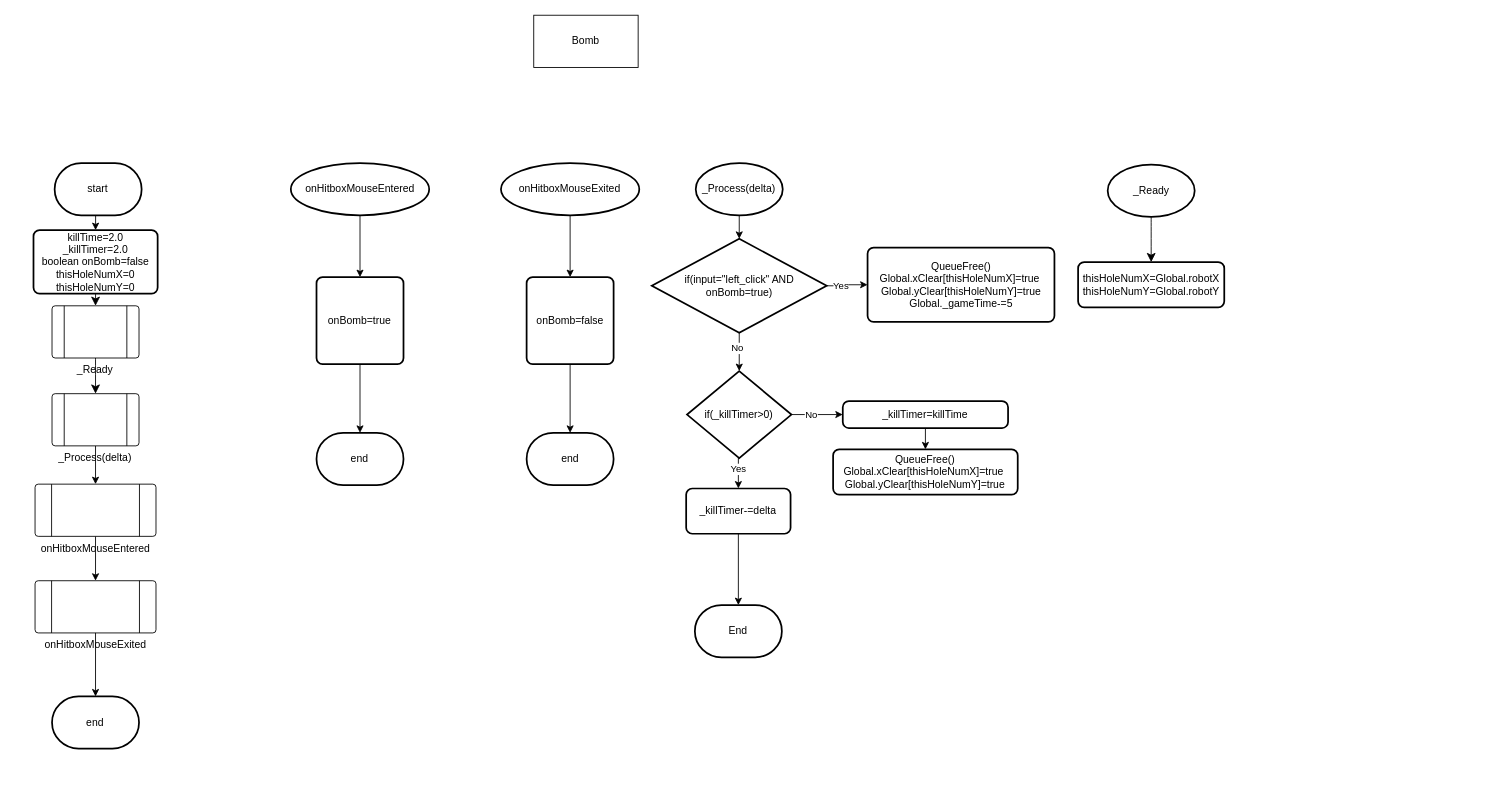
The draw.io diagram whack-a-robot/Bomb/bomb flowchart.drawio in BHASVIC-Kasper25/Whack-a-Robot, before the edit. Source tidied: cells renumbered, new cells numbered last; positions are measured from the earlier drawing's top-left corner, leaving out a move shared by most shapes. Both pictures are drawn from the tidied source at 87%, with x=0, y=0 at pixel (33, 15).
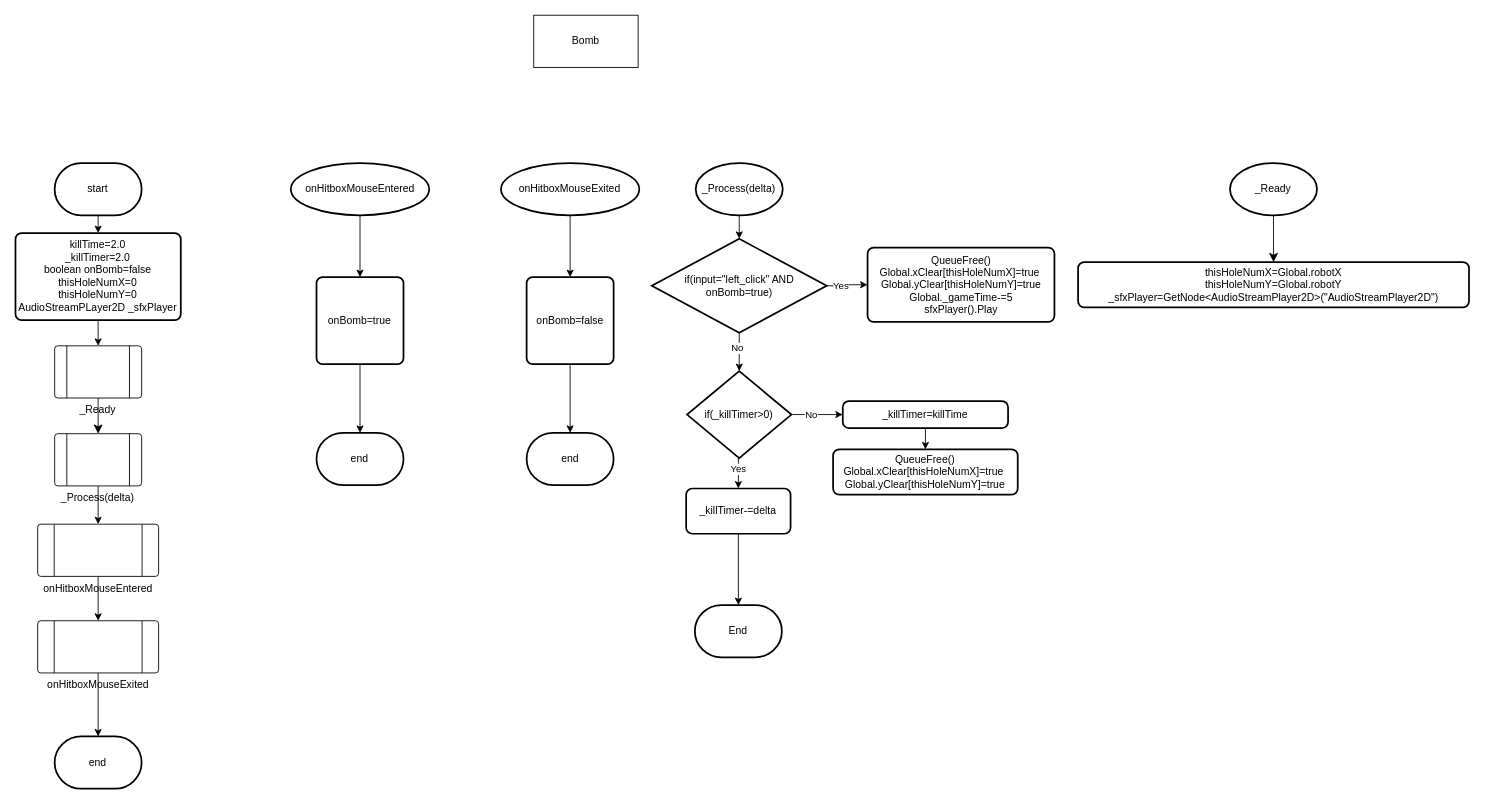
After the change.

The edit, as a diff of the source:
```diff
@@
     <mxCell id="5" value="end" style="strokeWidth=2;html=1;shape=mxgraph.flowchart.terminator;whiteSpace=wrap;" parent="1" vertex="1">
-      <mxGeometry x="21.3" y="783" width="100" height="60" as="geometry" />
+      <mxGeometry x="24.3" y="829" width="100" height="60" as="geometry" />
     </mxCell>
@@
     <mxCell id="7" value="onHitboxMouseEntered" style="verticalLabelPosition=bottom;verticalAlign=top;html=1;shape=process;whiteSpace=wrap;rounded=1;size=0.14;arcSize=6;" parent="1" vertex="1">
-      <mxGeometry x="1.8" y="539" width="139" height="60" as="geometry" />
+      <mxGeometry x="4.8" y="585" width="139" height="60" as="geometry" />
     </mxCell>
@@
-    <mxCell id="22" style="edgeStyle=none;curved=1;rounded=0;jettySize=auto;html=1;exitX=0.5;exitY=1;exitDx=0;exitDy=0;entryX=0.5;entryY=0;entryDx=0;entryDy=0;fontSize=12;startSize=8;endSize=8;" parent="1" edge="1" source="23" target="44">
+    <mxCell id="22" style="edgeStyle=orthogonalEdgeStyle;rounded=0;jettySize=auto;html=1;exitX=0.5;exitY=1;exitDx=0;exitDy=0;entryX=0.5;entryY=0;entryDx=0;entryDy=0;defaultLabelBackgroundColor=page;" parent="1" edge="1" source="23" target="44">
       <mxGeometry relative="1" as="geometry" />
     </mxCell>
-    <mxCell id="23" value="killTime=2.0&lt;div&gt;_killTimer=2.0&lt;/div&gt;&lt;div&gt;boolean onBomb=false&lt;/div&gt;&lt;div&gt;thisHoleNumX=0&lt;/div&gt;&lt;div&gt;thisHoleNumY=0&lt;/div&gt;" style="rounded=1;whiteSpace=wrap;html=1;absoluteArcSize=1;arcSize=14;strokeWidth=2;" parent="1" vertex="1">
-      <mxGeometry y="247" width="142.7" height="73" as="geometry" />
+    <mxCell id="23" value="killTime=2.0&lt;div&gt;_killTimer=2.0&lt;/div&gt;&lt;div&gt;boolean onBomb=false&lt;/div&gt;&lt;div&gt;thisHoleNumX=0&lt;/div&gt;&lt;div&gt;thisHoleNumY=0&lt;/div&gt;&lt;div&gt;AudioStreamPLayer2D _sfxPlayer&lt;/div&gt;" style="rounded=1;whiteSpace=wrap;html=1;absoluteArcSize=1;arcSize=14;strokeWidth=2;" parent="1" vertex="1">
+      <mxGeometry x="-20.7" y="250.4" width="190" height="100" as="geometry" />
     </mxCell>
@@
     <mxCell id="25" value="_Process(delta)" style="verticalLabelPosition=bottom;verticalAlign=top;html=1;shape=process;whiteSpace=wrap;rounded=1;size=0.14;arcSize=6;" parent="1" vertex="1">
-      <mxGeometry x="21.3" y="435" width="100" height="60" as="geometry" />
+      <mxGeometry x="24.3" y="481" width="100" height="60" as="geometry" />
     </mxCell>
@@
-    <mxCell id="33" value="&lt;div&gt;&lt;span style=&quot;background-color: transparent; color: light-dark(#000000, var(--ge-light-color, #ffffff));&quot;&gt;QueueFree()&lt;/span&gt;&lt;/div&gt;&lt;div&gt;&lt;div&gt;Global.xClear[thisHoleNumX]=true&amp;nbsp;&lt;/div&gt;&lt;div&gt;Global.yClear[thisHoleNumY]=true&lt;/div&gt;&lt;/div&gt;&lt;div&gt;Global._gameTime-=5&lt;/div&gt;" style="rounded=1;whiteSpace=wrap;html=1;absoluteArcSize=1;arcSize=14;strokeWidth=2;" parent="1" vertex="1">
+    <mxCell id="33" value="&lt;div&gt;&lt;span style=&quot;background-color: transparent; color: light-dark(#000000, var(--ge-light-color, #ffffff));&quot;&gt;QueueFree()&lt;/span&gt;&lt;/div&gt;&lt;div&gt;&lt;div&gt;Global.xClear[thisHoleNumX]=true&amp;nbsp;&lt;/div&gt;&lt;div&gt;Global.yClear[thisHoleNumY]=true&lt;/div&gt;&lt;/div&gt;&lt;div&gt;Global._gameTime-=5&lt;/div&gt;&lt;div&gt;sfxPlayer().Play&lt;/div&gt;" style="rounded=1;whiteSpace=wrap;html=1;absoluteArcSize=1;arcSize=14;strokeWidth=2;" parent="1" vertex="1">
       <mxGeometry x="958.7" y="267.1" width="214.8" height="85.4" as="geometry" />
     </mxCell>
@@
     <mxCell id="41" value="onHitboxMouseExited" style="verticalLabelPosition=bottom;verticalAlign=top;html=1;shape=process;whiteSpace=wrap;rounded=1;size=0.14;arcSize=6;" parent="1" vertex="1">
-      <mxGeometry x="1.8" y="650" width="139" height="60" as="geometry" />
+      <mxGeometry x="4.8" y="696" width="139" height="60" as="geometry" />
     </mxCell>
@@
     <mxCell id="44" value="_Ready" style="verticalLabelPosition=bottom;verticalAlign=top;html=1;shape=process;whiteSpace=wrap;rounded=1;size=0.14;arcSize=6;" parent="1" vertex="1">
-      <mxGeometry x="21.3" y="334" width="100" height="60" as="geometry" />
+      <mxGeometry x="24.3" y="380" width="100" height="60" as="geometry" />
     </mxCell>
@@
     <mxCell id="46" value="_Ready" style="strokeWidth=2;html=1;shape=mxgraph.flowchart.start_1;whiteSpace=wrap;" parent="1" vertex="1">
-      <mxGeometry x="1234.7" y="171.8" width="100" height="60" as="geometry" />
+      <mxGeometry x="1375.3" y="170" width="100" height="60" as="geometry" />
     </mxCell>
-    <mxCell id="47" value="&lt;div&gt;thisHoleNumX=Global.robotX&lt;/div&gt;&lt;div&gt;thisHoleNumY=&lt;span style=&quot;background-color: transparent; color: light-dark(rgb(0, 0, 0), rgb(255, 255, 255));&quot;&gt;Global.robotY&lt;/span&gt;&lt;/div&gt;" style="rounded=1;whiteSpace=wrap;html=1;absoluteArcSize=1;arcSize=14;strokeWidth=2;" parent="1" vertex="1">
-      <mxGeometry x="1200.7" y="283.8" width="168" height="52" as="geometry" />
+    <mxCell id="47" value="&lt;div&gt;thisHoleNumX=Global.robotX&lt;/div&gt;&lt;div&gt;thisHoleNumY=&lt;span style=&quot;background-color: transparent; color: light-dark(rgb(0, 0, 0), rgb(255, 255, 255));&quot;&gt;Global.robotY&lt;/span&gt;&lt;/div&gt;&lt;div&gt;_sfxPlayer=GetNode&amp;lt;AudioStreamPlayer2D&amp;gt;(&quot;AudioStreamPlayer2D&quot;)&lt;span style=&quot;background-color: transparent; color: light-dark(rgb(0, 0, 0), rgb(255, 255, 255));&quot;&gt;&lt;/span&gt;&lt;/div&gt;" style="rounded=1;whiteSpace=wrap;html=1;absoluteArcSize=1;arcSize=14;strokeWidth=2;" parent="1" vertex="1">
+      <mxGeometry x="1200.7" y="283.8" width="449.3" height="52" as="geometry" />
     </mxCell>
```
